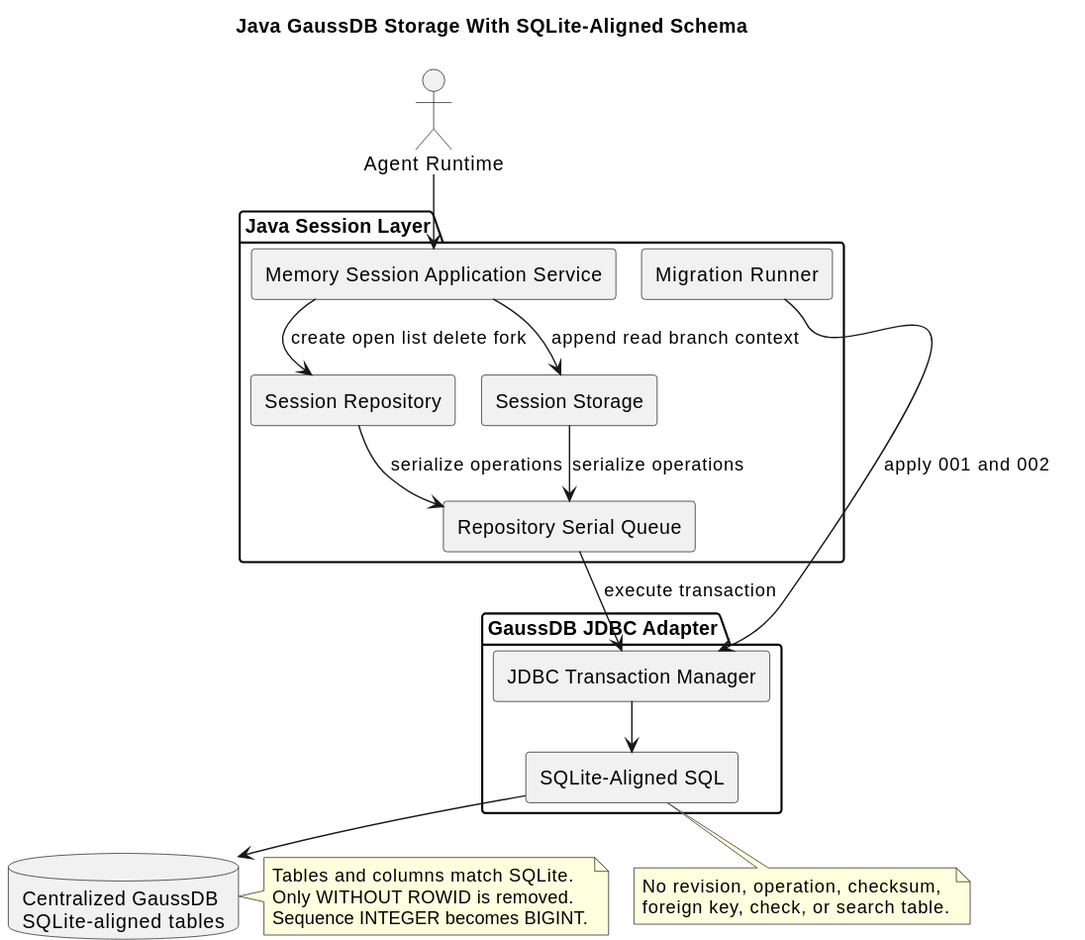
This is diagrams/memory/memory-architecture.svg from superheromeZzh/pi-mono-java-design, a PlantUML export, as it was before one commit. Source of this version:
```plantuml
@startuml
!pragma layout smetana
title Java GaussDB Storage With SQLite-Aligned Schema
skinparam backgroundColor #FFFFFF
skinparam componentStyle rectangle


actor "Agent Runtime" as runtime

package "Java Session Layer" {
  [Memory Session Application Service] as app
  [Session Repository] as repository
  [Session Storage] as storage
  [Migration Runner] as migration
  [Repository Serial Queue] as queue
}

package "GaussDB JDBC Adapter" {
  [JDBC Transaction Manager] as tx
  [SQLite-Aligned SQL] as sql
}

database "Centralized GaussDB\nSQLite-aligned tables" as db

runtime --> app
app --> repository : create open list delete fork
app --> storage : append read branch context
repository --> queue : serialize operations
storage --> queue : serialize operations
queue --> tx : execute transaction
migration --> tx : apply 001 and 002
tx --> sql
sql --> db

note right of db
Tables and columns match SQLite.
Only WITHOUT ROWID is removed.
Sequence INTEGER becomes BIGINT.
end note

note bottom of sql
No revision, operation, checksum,
foreign key, check, or search table.
end note
@enduml
```
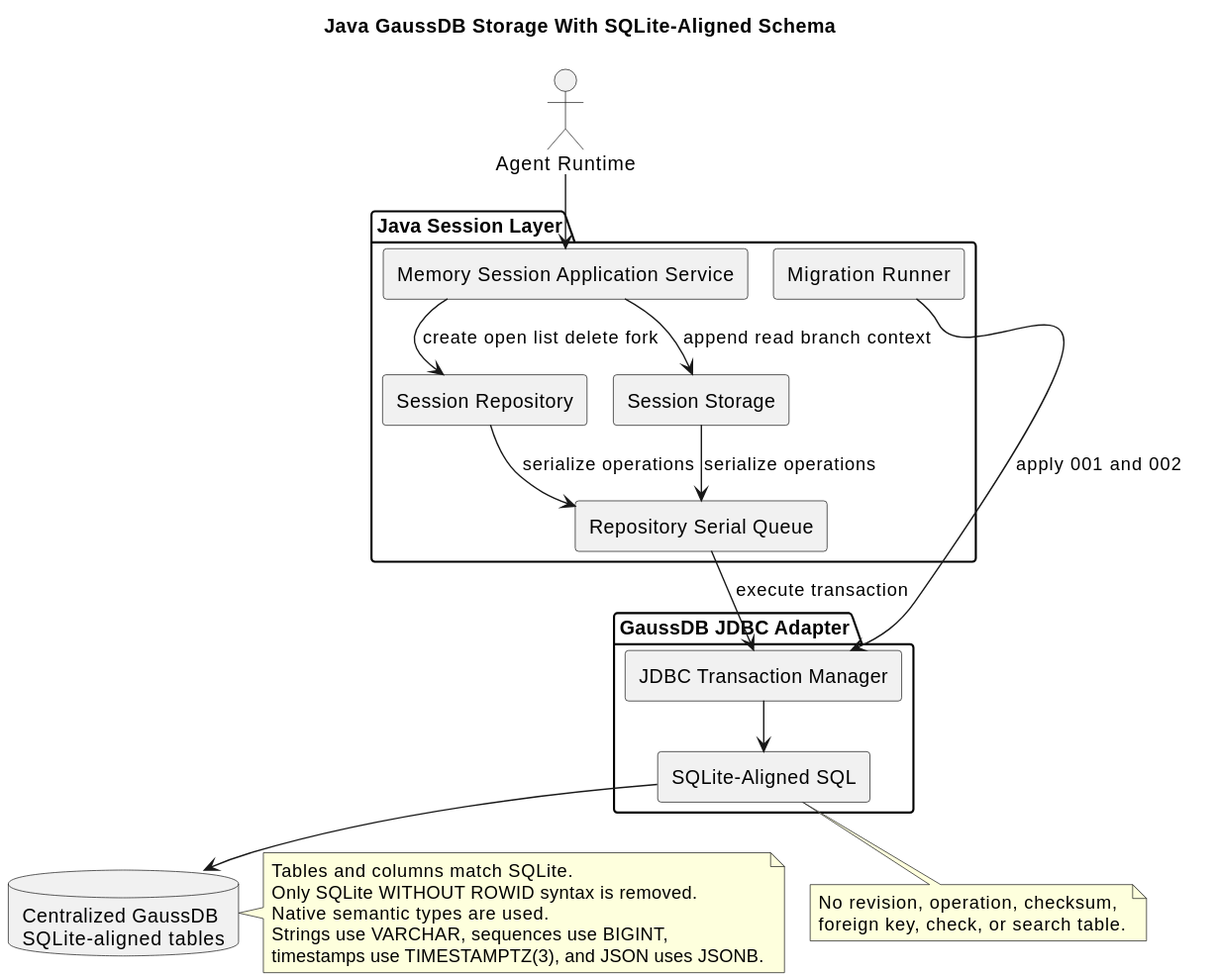
Later version of the same file.

Commit message:
docs(memory): use native GaussDB column types

The edit, as a diff of the source:
```diff
@@ -34,8 +34,10 @@
 
 note right of db
 Tables and columns match SQLite.
-Only WITHOUT ROWID is removed.
-Sequence INTEGER becomes BIGINT.
+Only SQLite WITHOUT ROWID syntax is removed.
+Native semantic types are used.
+Strings use VARCHAR, sequences use BIGINT,
+timestamps use TIMESTAMPTZ(3), and JSON uses JSONB.
 end note
 
 note bottom of sql
```
